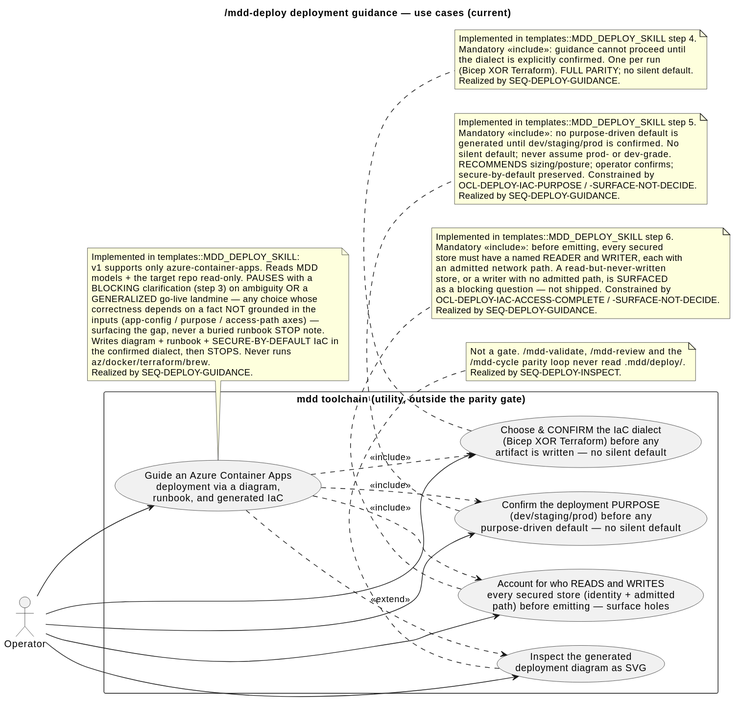
Above: .mdd/rendered/models/current/use-cases/deploy-guidance.svg in cthadeufaria/model-driven-development (PlantUML), before the change.
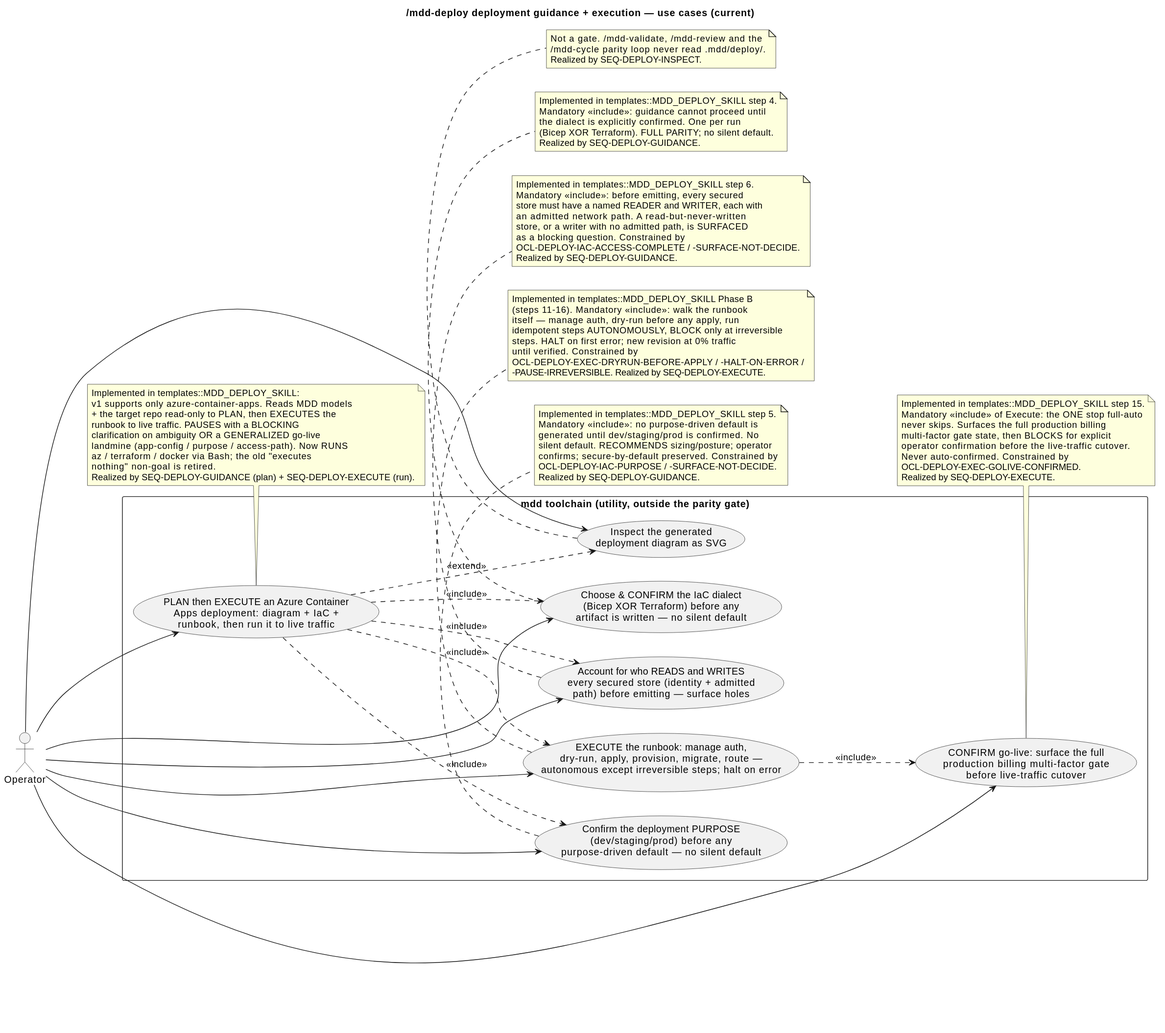
After the commit.

What changed in the source:
```diff
@@ -1,15 +1,17 @@
 @startuml
-title /mdd-deploy deployment guidance — use cases (current)
+title /mdd-deploy deployment guidance + execution — use cases (current)
 
 left to right direction
 
 actor "Operator" as Op
 
 rectangle "mdd toolchain (utility, outside the parity gate)" {
-  usecase "Guide an Azure Container Apps\ndeployment via a diagram,\nrunbook, and generated IaC" as Guide
+  usecase "PLAN then EXECUTE an Azure Container\nApps deployment: diagram + IaC +\nrunbook, then run it to live traffic" as Guide
   usecase "Choose & CONFIRM the IaC dialect\n(Bicep XOR Terraform) before any\nartifact is written — no silent default" as Dialect
   usecase "Confirm the deployment PURPOSE\n(dev/staging/prod) before any\npurpose-driven default — no silent default" as Purpose
   usecase "Account for who READS and WRITES\nevery secured store (identity + admitted\npath) before emitting — surface holes" as AccessCheck
+  usecase "EXECUTE the runbook: manage auth,\ndry-run, apply, provision, migrate, route —\nautonomous except irreversible steps; halt on error" as Execute
+  usecase "CONFIRM go-live: surface the full\nproduction billing multi-factor gate\nbefore live-traffic cutover" as GoLive
   usecase "Inspect the generated\ndeployment diagram as SVG" as Inspect
 }
 
@@ -17,26 +19,27 @@
 Op --> Dialect
 Op --> Purpose
 Op --> AccessCheck
+Op --> Execute
+Op --> GoLive
 Op --> Inspect
 
 Guide ..> Dialect : <<include>>
 Guide ..> Purpose : <<include>>
 Guide ..> AccessCheck : <<include>>
+Guide ..> Execute : <<include>>
+Execute ..> GoLive : <<include>>
 Guide ..> Inspect : <<extend>>
 
 note bottom of Guide
   Implemented in templates::MDD_DEPLOY_SKILL:
-  v1 supports only azure-container-apps. Reads MDD
-  models + the target repo read-only. PAUSES with a
-  BLOCKING clarification (step 3) on ambiguity OR a
-  GENERALIZED go-live landmine — any choice whose
-  correctness depends on a fact NOT grounded in the
-  inputs (app-config / purpose / access-path axes) —
-  surfacing the gap, never a buried runbook STOP note.
-  Writes diagram + runbook + SECURE-BY-DEFAULT IaC in
-  the confirmed dialect, then STOPS. Never runs
-  az/docker/terraform/brew.
-  Realized by SEQ-DEPLOY-GUIDANCE.
+  v1 supports only azure-container-apps. Reads MDD models
+  + the target repo read-only to PLAN, then EXECUTES the
+  runbook to live traffic. PAUSES with a BLOCKING
+  clarification on ambiguity OR a GENERALIZED go-live
+  landmine (app-config / purpose / access-path). Now RUNS
+  az / terraform / docker via Bash; the old "executes
+  nothing" non-goal is retired.
+  Realized by SEQ-DEPLOY-GUIDANCE (plan) + SEQ-DEPLOY-EXECUTE (run).
 end note
 
 note bottom of Dialect
@@ -51,9 +54,8 @@
   Implemented in templates::MDD_DEPLOY_SKILL step 5.
   Mandatory <<include>>: no purpose-driven default is
   generated until dev/staging/prod is confirmed. No
-  silent default; never assume prod- or dev-grade.
-  RECOMMENDS sizing/posture; operator confirms;
-  secure-by-default preserved. Constrained by
+  silent default. RECOMMENDS sizing/posture; operator
+  confirms; secure-by-default preserved. Constrained by
   OCL-DEPLOY-IAC-PURPOSE / -SURFACE-NOT-DECIDE.
   Realized by SEQ-DEPLOY-GUIDANCE.
 end note
@@ -64,9 +66,31 @@
   store must have a named READER and WRITER, each with
   an admitted network path. A read-but-never-written
   store, or a writer with no admitted path, is SURFACED
-  as a blocking question — not shipped. Constrained by
+  as a blocking question. Constrained by
   OCL-DEPLOY-IAC-ACCESS-COMPLETE / -SURFACE-NOT-DECIDE.
   Realized by SEQ-DEPLOY-GUIDANCE.
+end note
+
+note bottom of Execute
+  Implemented in templates::MDD_DEPLOY_SKILL Phase B
+  (steps 11-16). Mandatory <<include>>: walk the runbook
+  itself — manage auth, dry-run before any apply, run
+  idempotent steps AUTONOMOUSLY, BLOCK only at irreversible
+  steps. HALT on first error; new revision at 0% traffic
+  until verified. Constrained by
+  OCL-DEPLOY-EXEC-DRYRUN-BEFORE-APPLY / -HALT-ON-ERROR /
+  -PAUSE-IRREVERSIBLE. Realized by SEQ-DEPLOY-EXECUTE.
+end note
+
+note bottom of GoLive
+  Implemented in templates::MDD_DEPLOY_SKILL step 15.
+  Mandatory <<include>> of Execute: the ONE stop full-auto
+  never skips. Surfaces the full production billing
+  multi-factor gate state, then BLOCKS for explicit
+  operator confirmation before the live-traffic cutover.
+  Never auto-confirmed. Constrained by
+  OCL-DEPLOY-EXEC-GOLIVE-CONFIRMED.
+  Realized by SEQ-DEPLOY-EXECUTE.
 end note
 
 note bottom of Inspect
```
